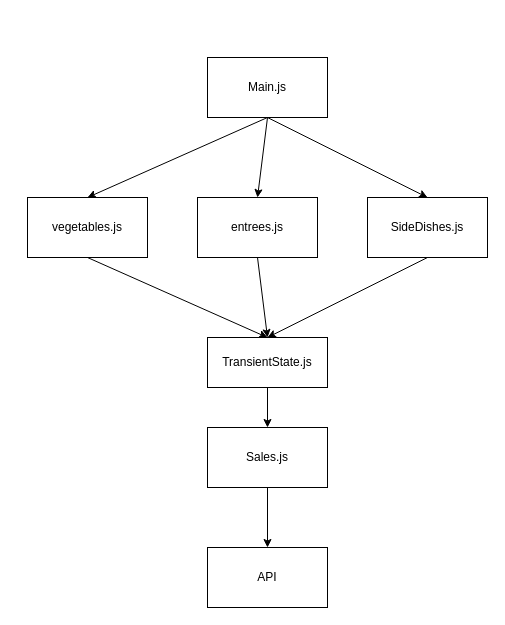
Above: HouseOfHummus.drawio in NSS-Day-Cohort-76/House-of-Hummus-dwest1220 (draw.io), before the change. Source tidied: cells renumbered, new cells numbered last; positions are measured from the earlier drawing's top-left corner, leaving out a move shared by most shapes. Both pictures are drawn from the tidied source at 100%, with x=0, y=0 at pixel (27, 57).
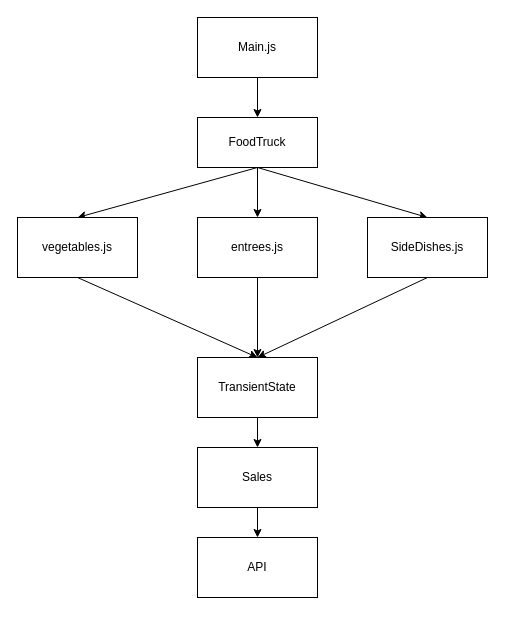
After the change.

Diff of the diagram source:
```diff
@@
 <mxGraphModel>
   <root>
     <mxCell id="0" />
     <mxCell id="1" parent="0" />
-    <mxCell id="2" style="edgeStyle=none;html=1;exitX=0.5;exitY=1;exitDx=0;exitDy=0;entryX=0.5;entryY=0;entryDx=0;entryDy=0;" parent="1" edge="1" source="5" target="14">
-      <mxGeometry relative="1" as="geometry" />
-    </mxCell>
-    <mxCell id="3" style="edgeStyle=none;html=1;exitX=0.5;exitY=1;exitDx=0;exitDy=0;entryX=0.5;entryY=0;entryDx=0;entryDy=0;" parent="1" edge="1" source="5" target="12">
-      <mxGeometry relative="1" as="geometry" />
-    </mxCell>
-    <mxCell id="4" style="edgeStyle=none;html=1;exitX=0.5;exitY=1;exitDx=0;exitDy=0;entryX=0.5;entryY=0;entryDx=0;entryDy=0;" parent="1" edge="1" source="5" target="10">
-      <mxGeometry relative="1" as="geometry" />
-    </mxCell>
+    <mxCell id="17" style="edgeStyle=none;html=1;exitX=0.5;exitY=1;exitDx=0;exitDy=0;entryX=0.5;entryY=0;entryDx=0;entryDy=0;" parent="1" edge="1" source="5" target="8">
+      <mxGeometry relative="1" as="geometry" />
+    </mxCell>
     <mxCell id="5" value="Main.js" style="rounded=0;whiteSpace=wrap;html=1;" parent="1" vertex="1">
-      <mxGeometry x="180" width="120" height="60" as="geometry" />
+      <mxGeometry x="170" y="-40" width="120" height="60" as="geometry" />
     </mxCell>
     <mxCell id="6" value="API" style="rounded=0;whiteSpace=wrap;html=1;" parent="1" vertex="1">
-      <mxGeometry x="180" y="490" width="120" height="60" as="geometry" />
+      <mxGeometry x="170" y="480" width="120" height="60" as="geometry" />
     </mxCell>
-    <mxCell id="7" style="edgeStyle=none;html=1;" parent="1" edge="1" source="8" target="16">
-      <mxGeometry relative="1" as="geometry" />
-    </mxCell>
+    <mxCell id="18" style="edgeStyle=none;html=1;exitX=0.5;exitY=1;exitDx=0;exitDy=0;entryX=0.5;entryY=0;entryDx=0;entryDy=0;" parent="1" edge="1" source="8" target="14">
+      <mxGeometry relative="1" as="geometry" />
+    </mxCell>
+    <mxCell id="19" style="edgeStyle=none;html=1;exitX=0.5;exitY=1;exitDx=0;exitDy=0;entryX=0.5;entryY=0;entryDx=0;entryDy=0;" parent="1" edge="1" source="8" target="12">
+      <mxGeometry relative="1" as="geometry" />
+    </mxCell>
+    <mxCell id="20" style="edgeStyle=none;html=1;exitX=0.5;exitY=1;exitDx=0;exitDy=0;entryX=0.5;entryY=0;entryDx=0;entryDy=0;" parent="1" edge="1" source="8" target="10">
+      <mxGeometry relative="1" as="geometry" />
+    </mxCell>
-    <mxCell id="8" value="TransientState.js" style="rounded=0;whiteSpace=wrap;html=1;" parent="1" vertex="1">
-      <mxGeometry x="180" y="280" width="120" height="50" as="geometry" />
+    <mxCell id="8" value="FoodTruck" style="rounded=0;whiteSpace=wrap;html=1;" parent="1" vertex="1">
+      <mxGeometry x="170" y="60" width="120" height="50" as="geometry" />
     </mxCell>
-    <mxCell id="9" style="edgeStyle=none;html=1;exitX=0.5;exitY=1;exitDx=0;exitDy=0;entryX=0.5;entryY=0;entryDx=0;entryDy=0;" parent="1" edge="1" source="10" target="8">
-      <mxGeometry relative="1" as="geometry" />
-    </mxCell>
+    <mxCell id="21" style="edgeStyle=none;html=1;exitX=0.5;exitY=1;exitDx=0;exitDy=0;entryX=0.5;entryY=0;entryDx=0;entryDy=0;" parent="1" edge="1" source="10" target="27">
+      <mxGeometry relative="1" as="geometry" />
+    </mxCell>
     <mxCell id="10" value="SideDishes.js" style="rounded=0;whiteSpace=wrap;html=1;" parent="1" vertex="1">
-      <mxGeometry x="340" y="140" width="120" height="60" as="geometry" />
+      <mxGeometry x="340" y="160" width="120" height="60" as="geometry" />
     </mxCell>
-    <mxCell id="11" style="edgeStyle=none;html=1;exitX=0.5;exitY=1;exitDx=0;exitDy=0;" parent="1" edge="1" source="12">
-      <mxGeometry relative="1" as="geometry">
-        <mxPoint x="240" y="280" as="targetPoint" />
-      </mxGeometry>
-    </mxCell>
+    <mxCell id="22" style="edgeStyle=none;html=1;exitX=0.5;exitY=1;exitDx=0;exitDy=0;entryX=0.5;entryY=0;entryDx=0;entryDy=0;" parent="1" edge="1" source="12" target="27">
+      <mxGeometry relative="1" as="geometry" />
+    </mxCell>
     <mxCell id="12" value="entrees.js" style="rounded=0;whiteSpace=wrap;html=1;" parent="1" vertex="1">
-      <mxGeometry x="170" y="140" width="120" height="60" as="geometry" />
+      <mxGeometry x="170" y="160" width="120" height="60" as="geometry" />
     </mxCell>
-    <mxCell id="13" style="edgeStyle=none;html=1;exitX=0.5;exitY=1;exitDx=0;exitDy=0;entryX=0.5;entryY=0;entryDx=0;entryDy=0;" parent="1" edge="1" source="14" target="8">
-      <mxGeometry relative="1" as="geometry" />
-    </mxCell>
+    <mxCell id="23" style="edgeStyle=none;html=1;exitX=0.5;exitY=1;exitDx=0;exitDy=0;entryX=0.5;entryY=0;entryDx=0;entryDy=0;" parent="1" edge="1" source="14" target="27">
+      <mxGeometry relative="1" as="geometry" />
+    </mxCell>
     <mxCell id="14" value="vegetables.js" style="rounded=0;whiteSpace=wrap;html=1;" parent="1" vertex="1">
-      <mxGeometry y="140" width="120" height="60" as="geometry" />
+      <mxGeometry x="-10" y="160" width="120" height="60" as="geometry" />
     </mxCell>
-    <mxCell id="15" style="edgeStyle=none;html=1;exitX=0.5;exitY=1;exitDx=0;exitDy=0;entryX=0.5;entryY=0;entryDx=0;entryDy=0;" parent="1" edge="1" source="16" target="6">
-      <mxGeometry relative="1" as="geometry" />
-    </mxCell>
-    <mxCell id="16" value="Sales.js" style="whiteSpace=wrap;html=1;" parent="1" vertex="1">
-      <mxGeometry x="180" y="370" width="120" height="60" as="geometry" />
-    </mxCell>
+    <mxCell id="24" style="edgeStyle=none;html=1;exitX=0.5;exitY=1;exitDx=0;exitDy=0;entryX=0.5;entryY=0;entryDx=0;entryDy=0;" parent="1" edge="1" source="25" target="6">
+      <mxGeometry relative="1" as="geometry" />
+    </mxCell>
+    <mxCell id="25" value="Sales" style="rounded=0;whiteSpace=wrap;html=1;" parent="1" vertex="1">
+      <mxGeometry x="170" y="390" width="120" height="60" as="geometry" />
+    </mxCell>
+    <mxCell id="26" style="edgeStyle=none;html=1;exitX=0.5;exitY=1;exitDx=0;exitDy=0;entryX=0.5;entryY=0;entryDx=0;entryDy=0;" parent="1" edge="1" source="27" target="25">
+      <mxGeometry relative="1" as="geometry" />
+    </mxCell>
+    <mxCell id="27" value="TransientState" style="rounded=0;whiteSpace=wrap;html=1;" parent="1" vertex="1">
+      <mxGeometry x="170" y="300" width="120" height="60" as="geometry" />
+    </mxCell>
   </root>
 </mxGraphModel>
```
